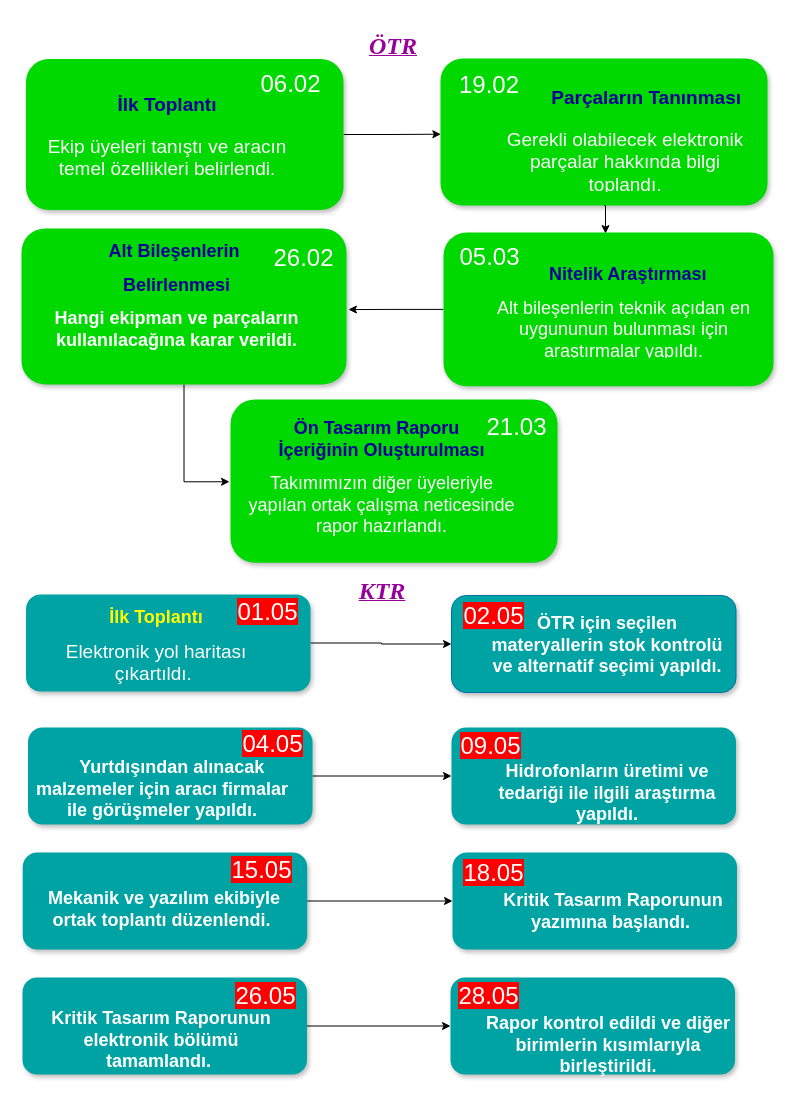
Before: Copy of Untitled Diagram.drawio in mmuurraatt/My-Projects-On-Github, a draw.io diagram. Source tidied: cells renumbered, new cells numbered last; positions are measured from the earlier drawing's top-left corner, leaving out a move shared by most shapes. Both pictures are drawn from the tidied source at 100%, with x=0, y=0 at pixel (21, 23).
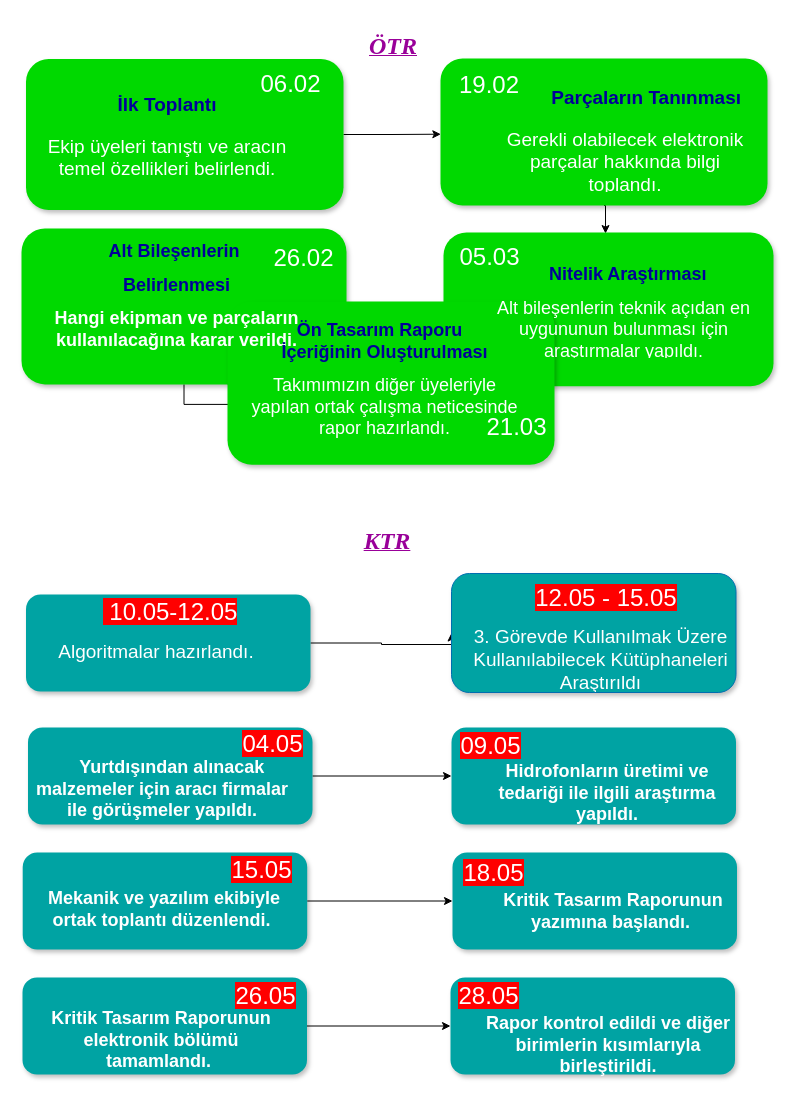
After the change.

The edit, as a diff of the source:
```diff
@@
     <mxCell id="12" style="rounded=1;whiteSpace=wrap;html=1;strokeColor=none;strokeWidth=1;fontSize=13;fontColor=#FFFFFF;align=center;gradientColor=none;gradientDirection=east;verticalAlign=top;shadow=1;fillColor=#00D900;" parent="1" vertex="1">
-      <mxGeometry x="209" y="376" width="327" height="163.2" as="geometry" />
+      <mxGeometry x="206" y="278" width="327" height="163.2" as="geometry" />
     </mxCell>
@@
     <mxCell id="15" style="rounded=1;whiteSpace=wrap;html=1;strokeColor=#006EAF;strokeWidth=1;fontSize=13;fontColor=#ffffff;align=center;gradientDirection=east;verticalAlign=top;shadow=1;fillColor=#00A3A3;" parent="1" vertex="1">
-      <mxGeometry x="430" y="572" width="284.5" height="97" as="geometry" />
+      <mxGeometry x="430" y="550" width="284.5" height="119" as="geometry" />
     </mxCell>
@@
     <mxCell id="29" value="&lt;h1&gt;&lt;span&gt;&lt;font color=&quot;#000099&quot;&gt;&amp;nbsp; &amp;nbsp; &amp;nbsp;Ön Tasarım Raporu&amp;nbsp; &amp;nbsp; &amp;nbsp; &amp;nbsp; İçeriğinin Oluşturulması&lt;/font&gt;&lt;/span&gt;&lt;/h1&gt;&lt;h1&gt;&lt;span style=&quot;font-weight: normal&quot;&gt;&lt;font style=&quot;font-size: 18px&quot;&gt;Takımımızın diğer üyeleriyle yapılan ortak çalışma neticesinde rapor hazırlandı.&lt;/font&gt;&lt;/span&gt;&lt;br&gt;&lt;/h1&gt;" style="text;html=1;spacing=5;spacingTop=-20;whiteSpace=wrap;overflow=hidden;strokeColor=none;strokeWidth=4;fillColor=none;gradientColor=#007FFF;fontSize=9;fontColor=#FFFFFF;align=center;" parent="1" vertex="1">
-      <mxGeometry x="218" y="393" width="285" height="139" as="geometry" />
+      <mxGeometry x="221" y="295" width="285" height="139" as="geometry" />
     </mxCell>
@@
-    <mxCell id="33" value="&lt;h1&gt;&lt;font color=&quot;#ffff00&quot;&gt;İlk Toplantı&lt;/font&gt;&lt;/h1&gt;&lt;p&gt;&lt;font style=&quot;font-size: 19px&quot;&gt;Elektronik yol haritası çıkartıldı.&amp;nbsp;&lt;/font&gt;&lt;/p&gt;" style="text;html=1;spacing=5;spacingTop=-20;whiteSpace=wrap;overflow=hidden;strokeColor=none;strokeWidth=4;fillColor=none;gradientColor=#007FFF;fontSize=9;fontColor=#FFFFFF;align=center;" parent="1" vertex="1">
+    <mxCell id="33" value="&lt;h1&gt;&lt;br&gt;&lt;/h1&gt;&lt;p&gt;&lt;font style=&quot;font-size: 19px&quot;&gt;Algoritmalar hazırlandı.&lt;/font&gt;&lt;/p&gt;" style="text;html=1;spacing=5;spacingTop=-20;whiteSpace=wrap;overflow=hidden;strokeColor=none;strokeWidth=4;fillColor=none;gradientColor=#007FFF;fontSize=9;fontColor=#FFFFFF;align=center;" parent="1" vertex="1">
       <mxGeometry x="16" y="582" width="238" height="89" as="geometry" />
     </mxCell>
-    <mxCell id="34" value="&lt;h1&gt;ÖTR için seçilen materyallerin stok kontrolü ve alternatif seçimi yapıldı.&lt;/h1&gt;" style="text;html=1;spacing=5;spacingTop=-20;whiteSpace=wrap;overflow=hidden;strokeColor=none;strokeWidth=4;fillColor=none;gradientColor=#007FFF;fontSize=9;fontColor=#FFFFFF;align=center;" parent="1" vertex="1">
-      <mxGeometry x="460" y="588" width="252" height="81" as="geometry" />
+    <mxCell id="34" value="&lt;h1&gt;&lt;span style=&quot;font-weight: normal&quot; id=&quot;docs-internal-guid-69f480a2-7fff-5375-9621-f96be8b92b30&quot;&gt;&lt;span style=&quot;background-color: transparent ; vertical-align: baseline&quot;&gt;&lt;font style=&quot;font-size: 19px&quot;&gt;3. Görevde Kullanılmak Üzere Kullanılabilecek Kütüphaneleri Araştırıldı &lt;/font&gt;&lt;/span&gt;&lt;/span&gt;&lt;br&gt;&lt;/h1&gt;" style="text;html=1;spacing=5;spacingTop=-20;whiteSpace=wrap;overflow=hidden;strokeColor=none;strokeWidth=4;fillColor=none;gradientColor=#007FFF;fontSize=9;fontColor=#FFFFFF;align=center;" parent="1" vertex="1">
+      <mxGeometry x="447" y="601" width="265" height="68" as="geometry" />
     </mxCell>
@@
-    <mxCell id="41" value="&lt;font style=&quot;font-size: 24px ; background-color: rgb(255 , 0 , 0)&quot;&gt;01.05&lt;/font&gt;" style="text;html=1;strokeColor=none;fillColor=none;align=center;verticalAlign=middle;whiteSpace=wrap;fontSize=30;fontColor=#FFFFFF;" parent="1" vertex="1">
-      <mxGeometry x="215" y="579" width="63" height="14" as="geometry" />
+    <mxCell id="41" value="&lt;span style=&quot;font-size: 24px ; background-color: rgb(255 , 0 , 0)&quot;&gt;&amp;nbsp;10.05-12.05&lt;/span&gt;" style="text;html=1;strokeColor=none;fillColor=none;align=center;verticalAlign=middle;whiteSpace=wrap;fontSize=30;fontColor=#FFFFFF;" parent="1" vertex="1">
+      <mxGeometry x="21" y="579" width="256" height="14" as="geometry" />
     </mxCell>
-    <mxCell id="42" value="&lt;font style=&quot;font-size: 24px ; background-color: rgb(255 , 0 , 0)&quot;&gt;02.05&lt;/font&gt;" style="text;html=1;strokeColor=none;fillColor=none;align=center;verticalAlign=middle;whiteSpace=wrap;fontSize=30;fontColor=#FFFFFF;" parent="1" vertex="1">
-      <mxGeometry x="440" y="583" width="65" height="14" as="geometry" />
+    <mxCell id="42" value="&lt;font style=&quot;font-size: 24px ; background-color: rgb(255 , 0 , 0)&quot;&gt;12.05 - 15.05&lt;/font&gt;" style="text;html=1;strokeColor=none;fillColor=none;align=center;verticalAlign=middle;whiteSpace=wrap;fontSize=30;fontColor=#FFFFFF;" parent="1" vertex="1">
+      <mxGeometry x="502" y="565" width="166" height="14" as="geometry" />
     </mxCell>
@@
     <mxCell id="50" value="&lt;h1&gt;&lt;font face=&quot;Times New Roman&quot; color=&quot;#990099&quot; size=&quot;1&quot;&gt;&lt;b&gt;&lt;u&gt;&lt;i style=&quot;font-size: 24px&quot;&gt;KTR&lt;/i&gt;&lt;/u&gt;&lt;/b&gt;&lt;/font&gt;&lt;/h1&gt;" style="text;html=1;strokeColor=none;fillColor=none;align=center;verticalAlign=middle;whiteSpace=wrap;rounded=0;" parent="1" vertex="1">
-      <mxGeometry x="284" y="545" width="154" height="45" as="geometry" />
+      <mxGeometry x="289" y="495" width="154" height="45" as="geometry" />
     </mxCell>
```
